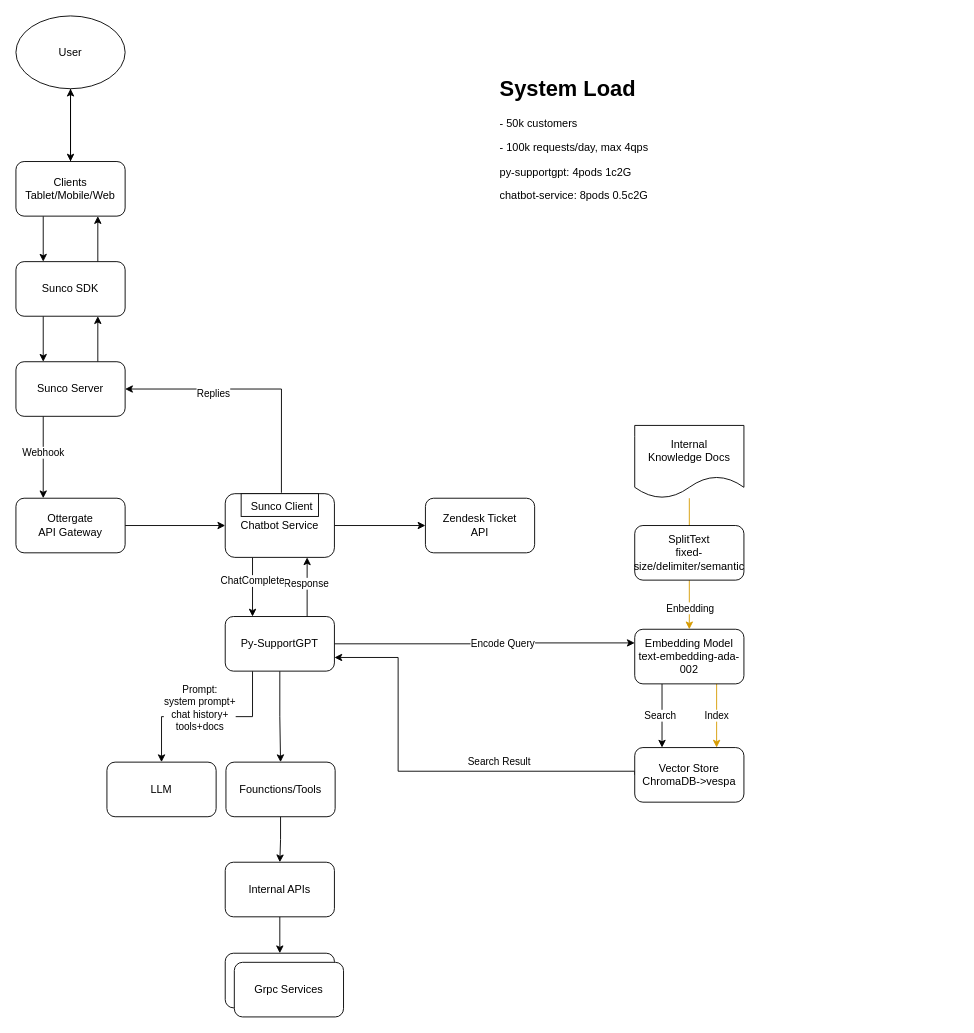
evagle/awesome keeps this draw.io diagram as SupportGPT Architecture.drawio. Above is the earlier version. Source tidied: cells renumbered, new cells numbered last; positions are measured from the earlier drawing's top-left corner, leaving out a move shared by most shapes. Both pictures are drawn from the tidied source at 91%, with x=0, y=0 at pixel (15, 15).
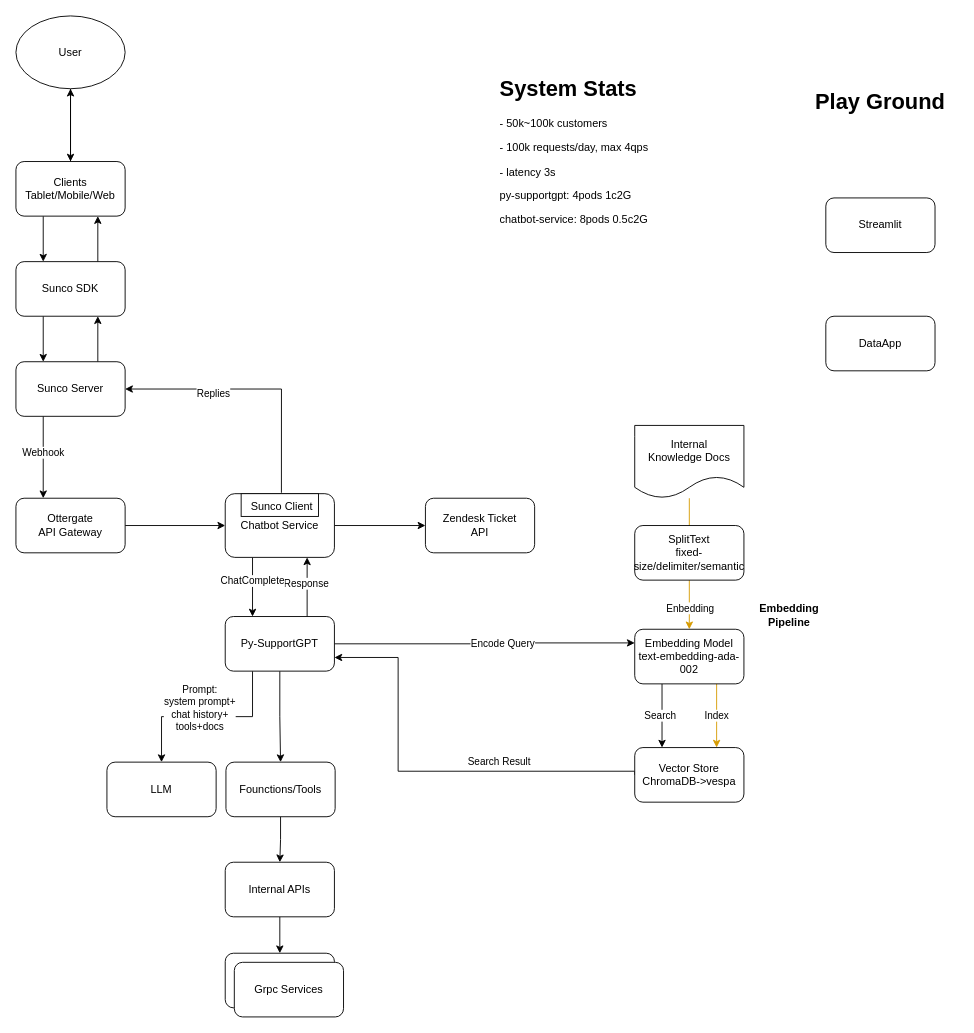
After the change.

The edit, as a diff of the source:
```diff
@@
-    <mxCell id="51" value="&lt;h1 style=&quot;margin-top: 0px;&quot;&gt;System Load&lt;/h1&gt;&lt;p&gt;- 50k customers&lt;/p&gt;&lt;p&gt;&lt;span style=&quot;background-color: transparent; color: light-dark(rgb(0, 0, 0), rgb(255, 255, 255));&quot;&gt;- 100k requests/day, max 4qps&lt;/span&gt;&lt;/p&gt;&lt;p&gt;&lt;span style=&quot;background-color: transparent; color: light-dark(rgb(0, 0, 0), rgb(255, 255, 255));&quot;&gt;py-supportgpt: 4pods 1c2G&lt;/span&gt;&lt;/p&gt;&lt;p&gt;chatbot-service: 8pods 0.5c2G&lt;/p&gt;" style="text;html=1;whiteSpace=wrap;overflow=hidden;rounded=0;" parent="1" vertex="1">
+    <mxCell id="51" value="&lt;h1 style=&quot;margin-top: 0px;&quot;&gt;System Stats&lt;/h1&gt;&lt;p&gt;- 50k~100k customers&lt;/p&gt;&lt;p&gt;&lt;span style=&quot;background-color: transparent; color: light-dark(rgb(0, 0, 0), rgb(255, 255, 255));&quot;&gt;- 100k requests/day, max 4qps&lt;/span&gt;&lt;/p&gt;&lt;p&gt;&lt;span style=&quot;background-color: transparent; color: light-dark(rgb(0, 0, 0), rgb(255, 255, 255));&quot;&gt;-&amp;nbsp;&lt;/span&gt;&lt;span style=&quot;background-color: transparent; color: light-dark(rgb(0, 0, 0), rgb(255, 255, 255));&quot;&gt;latency 3s&lt;/span&gt;&lt;/p&gt;&lt;p&gt;&lt;span style=&quot;background-color: transparent; color: light-dark(rgb(0, 0, 0), rgb(255, 255, 255));&quot;&gt;py-supportgpt: 4pods 1c2G&lt;/span&gt;&lt;/p&gt;&lt;p&gt;chatbot-service: 8pods 0.5c2G&lt;/p&gt;" style="text;html=1;whiteSpace=wrap;overflow=hidden;rounded=0;" parent="1" vertex="1">
       <mxGeometry x="530" y="60" width="240" height="170" as="geometry" />
     </mxCell>
+    <mxCell id="52" value="&lt;b&gt;Embedding Pipeline&lt;/b&gt;" style="text;html=1;align=center;verticalAlign=middle;whiteSpace=wrap;rounded=0;" parent="1" vertex="1">
+      <mxGeometry x="820" y="644" width="60" height="30" as="geometry" />
+    </mxCell>
+    <mxCell id="53" value="DataApp" style="rounded=1;whiteSpace=wrap;html=1;" parent="1" vertex="1">
+      <mxGeometry x="890" y="330" width="120" height="60" as="geometry" />
+    </mxCell>
+    <mxCell id="54" value="Streamlit" style="rounded=1;whiteSpace=wrap;html=1;" parent="1" vertex="1">
+      <mxGeometry x="890" y="200" width="120" height="60" as="geometry" />
+    </mxCell>
+    <mxCell id="55" value="&lt;b&gt;&lt;font style=&quot;font-size: 24px;&quot;&gt;Play Ground&lt;/font&gt;&lt;/b&gt;" style="text;html=1;align=center;verticalAlign=middle;whiteSpace=wrap;rounded=0;" parent="1" vertex="1">
+      <mxGeometry x="865" y="80" width="170" height="30" as="geometry" />
+    </mxCell>
```
